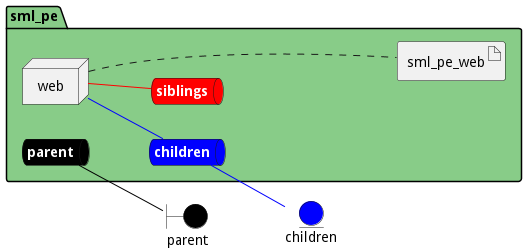
Before: docs/edgemere/sml/pe/envs/test/deployment.png, a diagram exported from PlantUML (madajaju/edgemere). The source it was exported from:
```plantuml
@startuml

left to right direction


boundary parent #black


entity children #blue




package "sml_pe" #88cc88 {
    queue parentnet #black [
            <b><color:white>parent</color></b>
    ]

    parentnet -[#black]- parent

    queue childrennet #blue [
            <b><color:white>children</color></b>
    ]

    childrennet -[#blue]- children

    queue siblingsnet #red [
            <b><color:white>siblings</color></b>
    ]


node "web" as webService


        artifact "sml_pe_web" as sml_pe_webimage

}

webService -[#blue]- childrennet

webService -[#red]- siblingsnet
webService .... sml_pe_webimage


@enduml
```
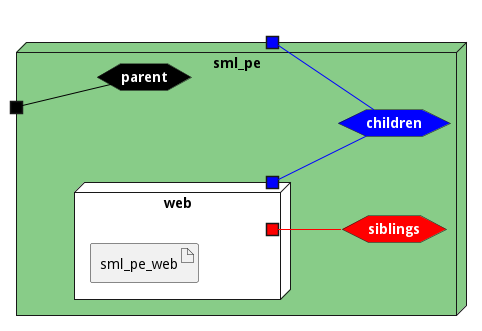
After the change.

Change to the diagram source:
```diff
@@ -3,43 +3,45 @@
 left to right direction
 
 
-boundary parent #black
-
-
-entity children #blue
 
 
 
 
-package "sml_pe" #88cc88 {
-    queue parentnet #black [
+
+node "sml_pe" #88cc88 {
+
+
+    hexagon parentnet #black [
             <b><color:white>parent</color></b>
     ]
 
-    parentnet -[#black]- parent
+    portin " " as parentnetPortIn #black
+    parentnetPortIn -[#black]- parentnet
 
-    queue childrennet #blue [
+    hexagon childrennet #blue [
             <b><color:white>children</color></b>
     ]
 
-    childrennet -[#blue]- children
+    portout " " as childrennetPortOut #blue
+    childrennet -[#blue]- childrennetPortOut
 
-    queue siblingsnet #red [
+    hexagon siblingsnet #red [
             <b><color:white>siblings</color></b>
     ]
 
 
-node "web" as webService
+node "web" as webService #white {
+    portOut " " as webServicechildrennet #blue
+   webServicechildrennet -[#blue]- childrennet
+       portOut " " as webServicesiblingsnet #red
+   webServicesiblingsnet -[#red]- siblingsnet
 
 
-        artifact "sml_pe_web" as sml_pe_webimage
+    artifact "sml_pe_web" as sml_pe_webimage
 
 }
 
-webService -[#blue]- childrennet
-
-webService -[#red]- siblingsnet
-webService .... sml_pe_webimage
+}
 
 
 @enduml
```
